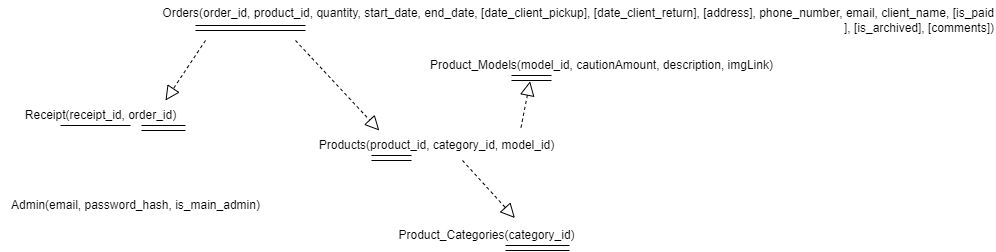
Above: Mapping_relationnel.png in Emilevillette/LINFO1212-2022-12 (draw.io), before the change. Source tidied: cells renumbered, new cells last; positions are measured from the earlier drawing's top-left corner, leaving out a move shared by most shapes.
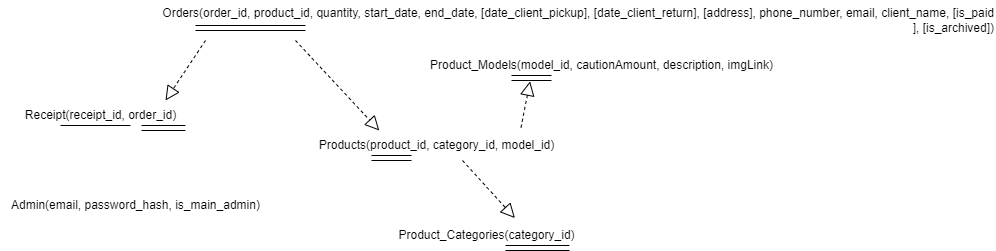
The same file after the commit.

What changed in the source:
```diff
@@ -2,7 +2,7 @@
   <root>
     <mxCell id="0" />
     <mxCell id="1" parent="0" />
-    <mxCell id="2" value="&lt;font style=&quot;font-size: 12px;&quot;&gt;Orders(order_id, product_id, quantity, start_date, end_date, [&lt;span style=&quot;&quot;&gt;date_client_pickup&lt;/span&gt;], [&lt;span style=&quot;&quot;&gt;date_client_return&lt;/span&gt;], [address],&amp;nbsp;&lt;span style=&quot;&quot;&gt;phone_number&lt;/span&gt;, email, client_name, [&lt;span style=&quot;&quot;&gt;is_paid&lt;/span&gt;&lt;br&gt;], [is_archived], [comments])&lt;/font&gt;" style="text;html=1;align=right;verticalAlign=middle;strokeColor=none;fillColor=none;" parent="1" vertex="1">
+    <mxCell id="2" value="&lt;font style=&quot;font-size: 12px;&quot;&gt;Orders(order_id, product_id, quantity, start_date, end_date, [&lt;span style=&quot;&quot;&gt;date_client_pickup&lt;/span&gt;], [&lt;span style=&quot;&quot;&gt;date_client_return&lt;/span&gt;], [address],&amp;nbsp;&lt;span style=&quot;&quot;&gt;phone_number&lt;/span&gt;, email, client_name, [&lt;span style=&quot;&quot;&gt;is_paid&lt;/span&gt;&lt;br&gt;], [is_archived])&lt;/font&gt;" style="text;html=1;align=right;verticalAlign=middle;strokeColor=none;fillColor=none;" parent="1" vertex="1">
       <mxGeometry x="135" width="860" height="40" as="geometry" />
     </mxCell>
     <mxCell id="3" value="Products(product_id, category_id, model_id)" style="text;html=1;align=center;verticalAlign=middle;points=[];strokeColor=none;fillColor=none;" parent="1" vertex="1">
```
